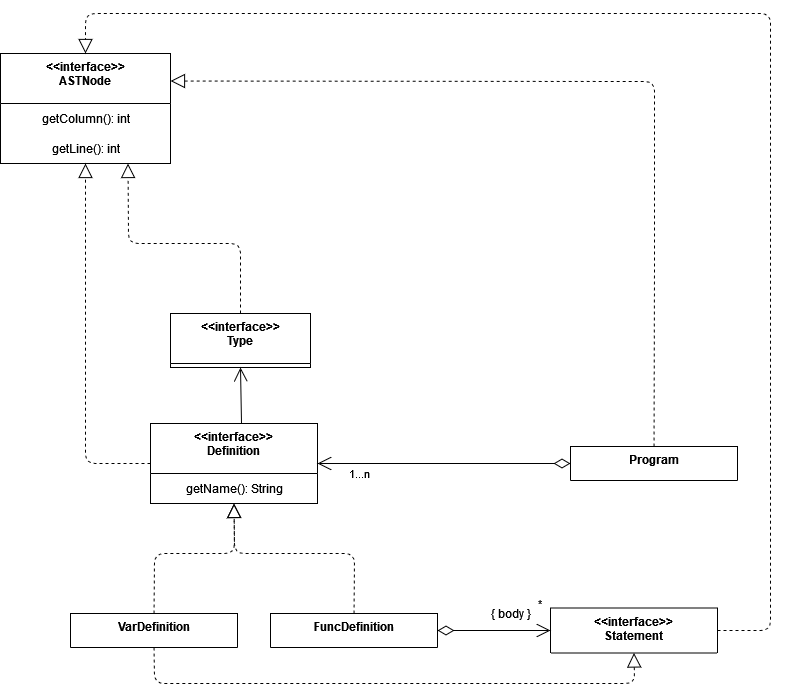
The draw.io diagram program.drawio.png in uo265488/DLP, before a commit. Source tidied: cells renumbered, new cells last; positions are measured from the earlier drawing's top-left corner, leaving out a move shared by most shapes.
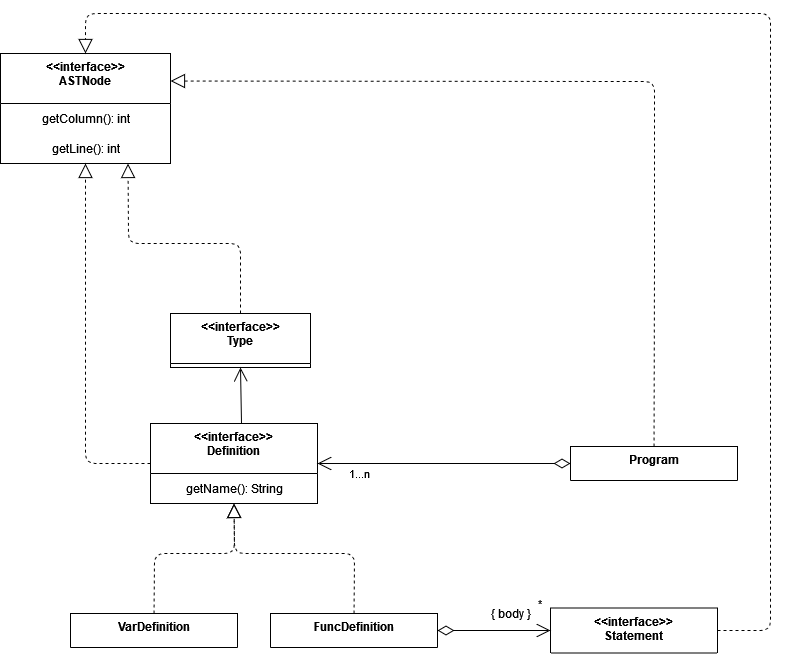
Later version of the same file.

The edit, as a diff of the source:
```diff
@@ -58,14 +58,6 @@
         </Array>
       </mxGeometry>
     </mxCell>
-    <mxCell id="14" style="endArrow=block;dashed=1;endFill=0;endSize=12;html=1;exitX=0.5;exitY=1;exitDx=0;exitDy=0;entryX=0.5;entryY=1;entryDx=0;entryDy=0;" parent="1" edge="1" source="8" target="12">
-      <mxGeometry relative="1" as="geometry">
-        <Array as="points">
-          <mxPoint x="154" y="670" />
-          <mxPoint x="634" y="670" />
-        </Array>
-      </mxGeometry>
-    </mxCell>
     <mxCell id="15" value="&lt;&lt;interface&gt;&gt;&#10;ASTNode&#10;" style="swimlane;fontStyle=1;align=center;verticalAlign=top;horizontal=1;startSize=50;" parent="1" vertex="1">
       <mxGeometry y="40" width="170" height="110" as="geometry" />
     </mxCell>
```
